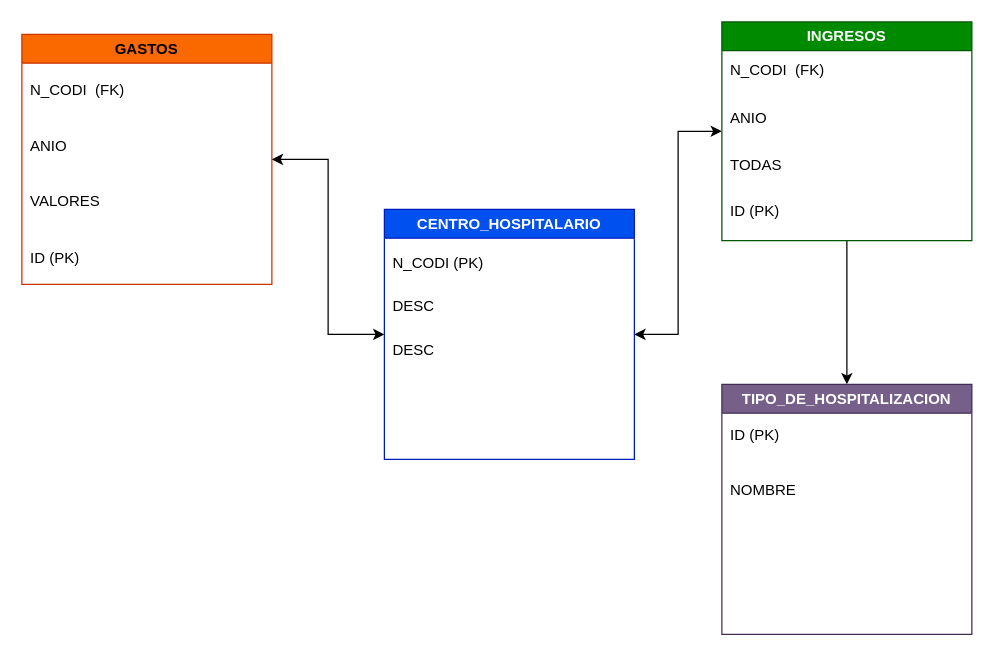
Earlier version of the draw.io diagram datos/diagrama_bbdd.drawio (santiagorodriguez-dev/team-proyecto-bbdd). Source tidied: cells renumbered, new cells numbered last; positions are measured from the earlier drawing's top-left corner, leaving out a move shared by most shapes. Both pictures are drawn from the tidied source at 125%, with x=0, y=0 at pixel (21, 21).
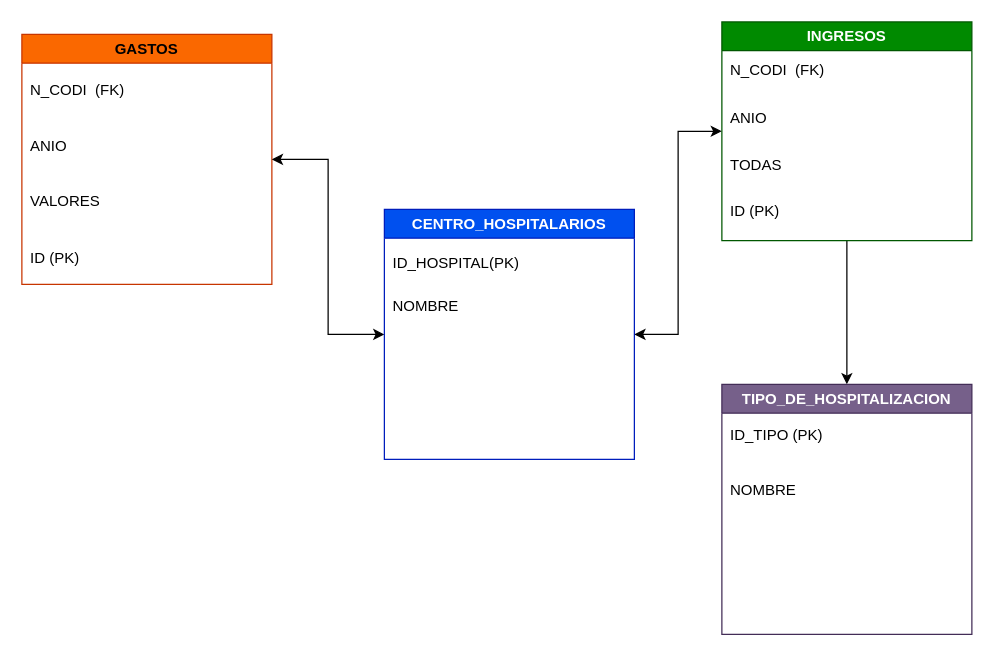
Above is the later version.

The change refers to these unchanged cells:
```xml
<mxCell id="16" style="shape=tableRow;horizontal=0;startSize=0;swimlaneHead=0;swimlaneBody=0;strokeColor=inherit;top=0;left=0;bottom=0;right=0;fillColor=none;fontSize=16;" parent="15" vertex="1">
  <mxGeometry width="200" height="36" as="geometry" />
</mxCell>
<mxCell id="18" style="shape=tableRow;horizontal=0;startSize=0;swimlaneHead=0;swimlaneBody=0;strokeColor=inherit;top=0;left=0;bottom=0;right=0;fillColor=none;fontSize=16;" parent="15" vertex="1">
  <mxGeometry y="36" width="200" height="34" as="geometry" />
</mxCell>
<mxCell id="20" style="shape=tableRow;horizontal=0;startSize=0;swimlaneHead=0;swimlaneBody=0;strokeColor=inherit;top=0;left=0;bottom=0;right=0;fillColor=none;fontSize=16;" parent="15" vertex="1">
  <mxGeometry y="70" width="200" height="35" as="geometry" />
</mxCell>
<mxCell id="39" style="shape=tableRow;horizontal=0;startSize=0;swimlaneHead=0;swimlaneBody=0;strokeColor=inherit;top=0;left=0;bottom=0;right=0;fillColor=none;fontSize=16;" parent="38" vertex="1">
  <mxGeometry width="200" height="42" as="geometry" />
</mxCell>
```

What changed in the source:
```diff
@@
-    <mxCell id="14" value="CENTRO_HOSPITALARIO" style="swimlane;whiteSpace=wrap;html=1;startSize=23;fillColor=#0050ef;fontColor=#ffffff;strokeColor=#001DBC;" parent="1" vertex="1">
+    <mxCell id="14" value="CENTRO_HOSPITALARIOS" style="swimlane;whiteSpace=wrap;html=1;startSize=23;fillColor=#0050ef;fontColor=#ffffff;strokeColor=#001DBC;" parent="1" vertex="1">
       <mxGeometry x="290" y="150" width="200" height="200" as="geometry" />
     </mxCell>
@@
-    <mxCell id="17" value="N_CODI (PK)" style="shape=partialRectangle;html=1;whiteSpace=wrap;strokeColor=inherit;overflow=hidden;fillColor=none;top=0;left=0;bottom=0;right=0;fontSize=12;align=left;spacingLeft=5;" parent="16" vertex="1">
+    <mxCell id="17" value="ID_HOSPITAL(PK)" style="shape=partialRectangle;html=1;whiteSpace=wrap;strokeColor=inherit;overflow=hidden;fillColor=none;top=0;left=0;bottom=0;right=0;fontSize=12;align=left;spacingLeft=5;" parent="16" vertex="1">
       <mxGeometry width="200" height="36" as="geometry" />
     </mxCell>
@@
-    <mxCell id="19" value="DESC" style="shape=partialRectangle;html=1;whiteSpace=wrap;strokeColor=inherit;overflow=hidden;fillColor=none;top=0;left=0;bottom=0;right=0;fontSize=12;align=left;spacingLeft=5;" parent="18" vertex="1">
+    <mxCell id="19" value="NOMBRE" style="shape=partialRectangle;html=1;whiteSpace=wrap;strokeColor=inherit;overflow=hidden;fillColor=none;top=0;left=0;bottom=0;right=0;fontSize=12;align=left;spacingLeft=5;" parent="18" vertex="1">
       <mxGeometry width="200" height="34" as="geometry" />
     </mxCell>
@@
-    <mxCell id="21" value="DESC" style="shape=partialRectangle;html=1;whiteSpace=wrap;strokeColor=inherit;overflow=hidden;fillColor=none;top=0;left=0;bottom=0;right=0;fontSize=12;align=left;spacingLeft=5;" parent="20" vertex="1">
+    <mxCell id="21" style="shape=partialRectangle;html=1;whiteSpace=wrap;strokeColor=inherit;overflow=hidden;fillColor=none;top=0;left=0;bottom=0;right=0;fontSize=12;align=left;spacingLeft=5;" parent="20" vertex="1">
       <mxGeometry width="200" height="35" as="geometry" />
     </mxCell>
@@
-    <mxCell id="40" value="ID (PK)" style="shape=partialRectangle;html=1;whiteSpace=wrap;strokeColor=inherit;overflow=hidden;fillColor=none;top=0;left=0;bottom=0;right=0;fontSize=12;align=left;spacingLeft=5;" parent="39" vertex="1">
+    <mxCell id="40" value="ID_TIPO (PK)" style="shape=partialRectangle;html=1;whiteSpace=wrap;strokeColor=inherit;overflow=hidden;fillColor=none;top=0;left=0;bottom=0;right=0;fontSize=12;align=left;spacingLeft=5;" parent="39" vertex="1">
       <mxGeometry width="200" height="42" as="geometry" />
     </mxCell>
```
